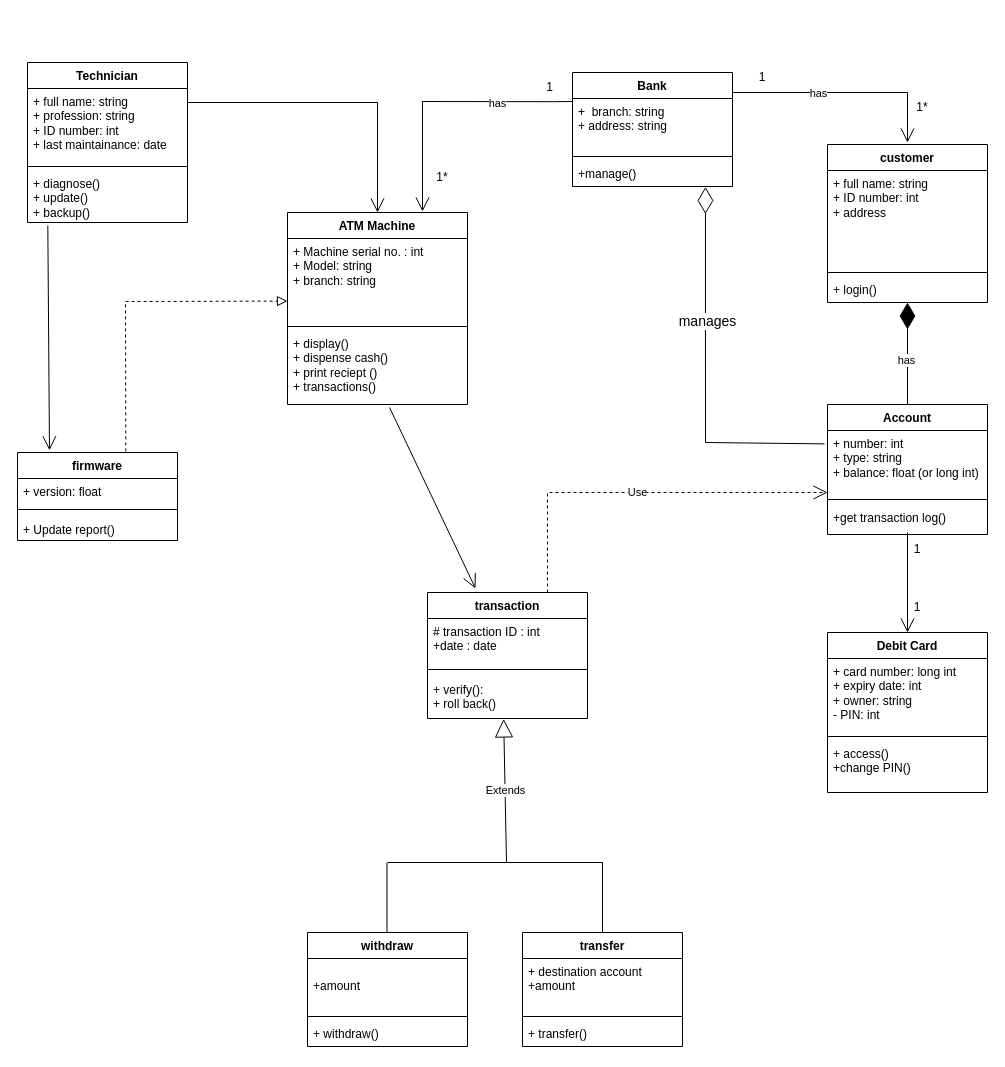
Earlier version of the draw.io diagram Class Diagram ATM.drawio (LoneStreetSkater/DRAW.IO). Source tidied: cells renumbered, new cells numbered last; positions are measured from the earlier drawing's top-left corner, leaving out a move shared by most shapes. Both pictures are drawn from the tidied source at 100%, with x=0, y=0 at pixel (17, 62).
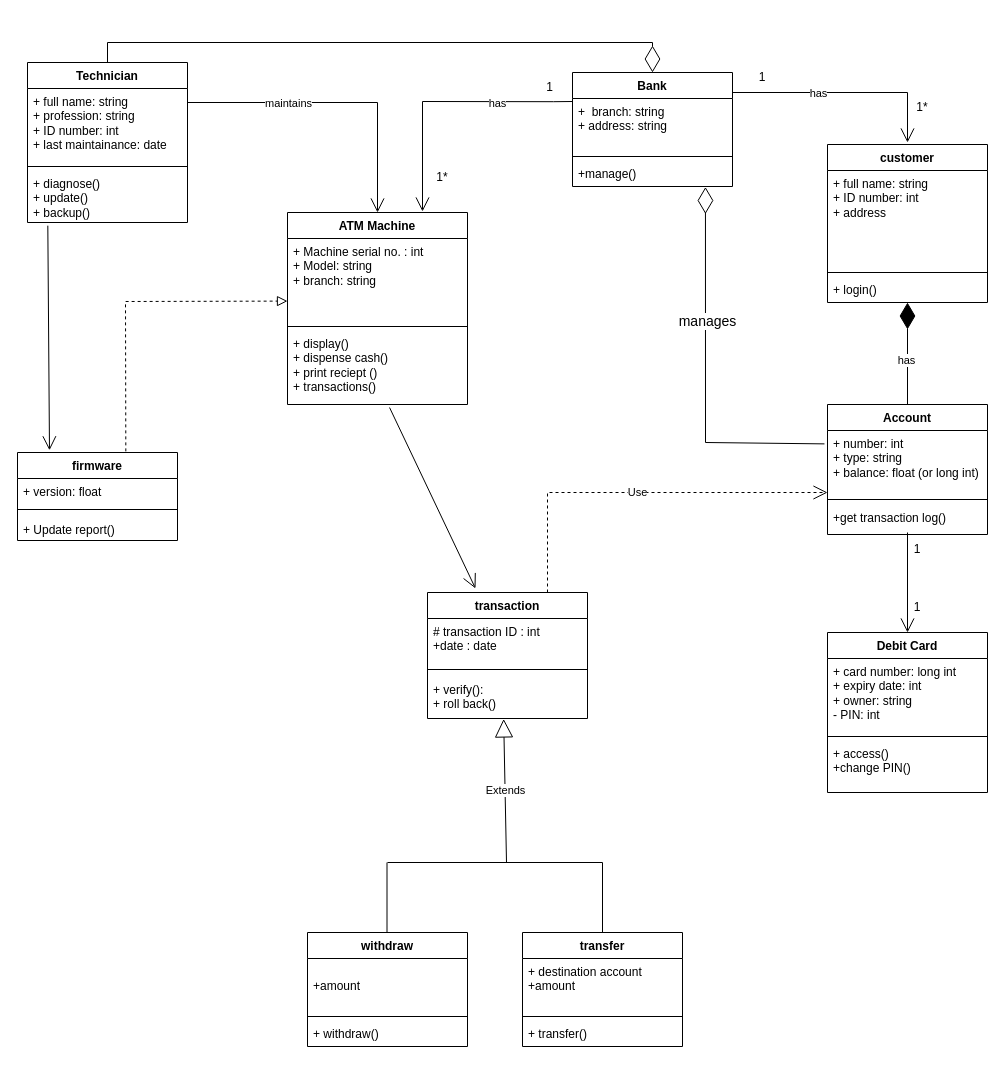
The same page after the edit.

Commit message:
Update Class Diagram ATM(hopefully final version).drawio

The change refers to these unchanged cells:
```xml
<mxCell id="14" value="Technician" style="swimlane;fontStyle=1;align=center;verticalAlign=top;horizontal=1;startSize=26;whiteSpace=wrap;html=1;" parent="1" vertex="1">
  <mxGeometry x="10" width="160" height="160" as="geometry" />
</mxCell>
<mxCell id="42" style="endArrow=open;endFill=1;endSize=12;html=1;rounded=0;entryX=0.5;entryY=0;entryDx=0;entryDy=0;" parent="1" edge="1" target="6">
  <mxGeometry relative="1" as="geometry">
    <mxPoint x="170" y="40" as="sourcePoint" />
    <Array as="points">
      <mxPoint x="360" y="40" />
    </Array>
  </mxGeometry>
</mxCell>
<mxCell id="44" value="Bank" style="swimlane;fontStyle=1;align=center;verticalAlign=top;horizontal=1;startSize=26;whiteSpace=wrap;html=1;" parent="1" vertex="1">
  <mxGeometry x="555" y="10" width="160" height="114" as="geometry" />
</mxCell>
```

The edit, as a diff of the source:
```diff
@@
+    <mxCell id="66" value="maintains" style="edgeLabel;html=1;align=center;verticalAlign=middle;" parent="42" vertex="1">
+      <mxGeometry x="-0.28" y="-3" relative="1" as="geometry">
+        <mxPoint x="-8" y="-3" as="offset" />
+      </mxGeometry>
+    </mxCell>
@@
+    <mxCell id="67" style="endArrow=diamondThin;endFill=0;endSize=24;html=1;rounded=0;exitX=0.5;exitY=0;exitDx=0;exitDy=0;entryX=0.5;entryY=0;entryDx=0;entryDy=0;" parent="1" edge="1" source="14" target="44">
+      <mxGeometry relative="1" as="geometry">
+        <Array as="points">
+          <mxPoint x="90" y="-20" />
+          <mxPoint x="635" y="-20" />
+        </Array>
+      </mxGeometry>
+    </mxCell>
```
